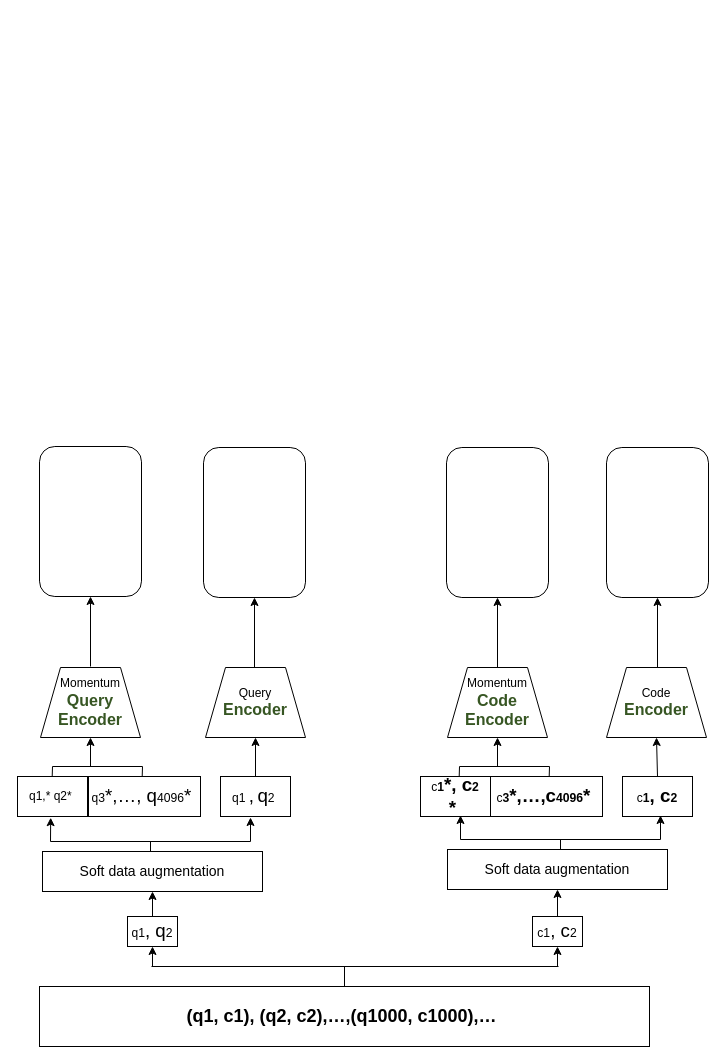
Before: 未命名绘图.drawio in Raychon614/StudentData, a draw.io diagram. Source tidied: cells renumbered, new cells numbered last; positions are measured from the earlier drawing's top-left corner, leaving out a move shared by most shapes. Both pictures are drawn from the tidied source at 100%, with x=0, y=0 at pixel (17, 446).
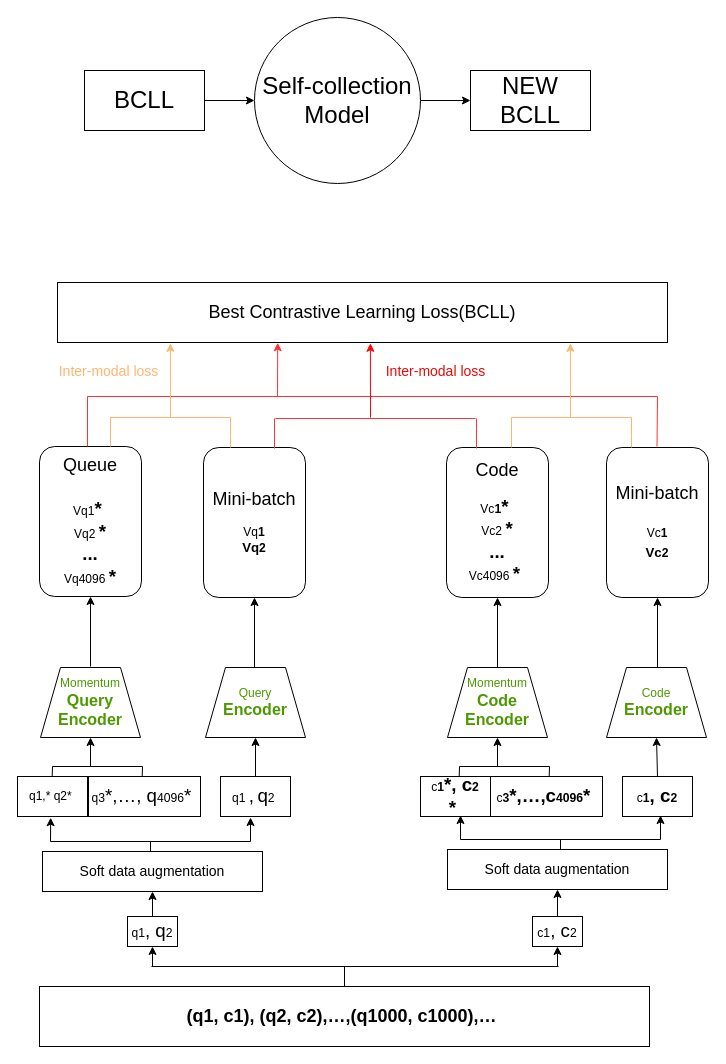
The same diagram, later.

Change to the diagram source:
```diff
@@
-    <mxCell id="27" value="&lt;div&gt;Momentum&lt;br/&gt;&lt;/div&gt;&lt;div&gt;&lt;span style=&quot;mso-spacerun:'yes';font-size:12pt;font-family:Arial-BoldMT;color:rgb(55,86,35);font-weight:bold;&quot;&gt;Query &lt;br/&gt;&lt;/span&gt;&lt;/div&gt;&lt;div&gt;&lt;span style=&quot;mso-spacerun:'yes';font-size:12pt;font-family:Arial-BoldMT;color:rgb(55,86,35);font-weight:bold;&quot;&gt;Encoder&lt;/span&gt;&lt;/div&gt;" style="shape=trapezoid;perimeter=trapezoidPerimeter;whiteSpace=wrap;html=1;fixedSize=1;" parent="1" vertex="1">
+    <mxCell id="27" value="&lt;div&gt;&lt;font color=&quot;#4d9900&quot;&gt;Momentum&lt;br&gt;&lt;/font&gt;&lt;/div&gt;&lt;div&gt;&lt;span style=&quot;font-size: 12pt; font-family: Arial-BoldMT; font-weight: bold;&quot;&gt;&lt;font color=&quot;#4d9900&quot;&gt;Query &lt;br&gt;&lt;/font&gt;&lt;/span&gt;&lt;/div&gt;&lt;div&gt;&lt;span style=&quot;font-size: 12pt; font-family: Arial-BoldMT; font-weight: bold;&quot;&gt;&lt;font color=&quot;#4d9900&quot;&gt;Encoder&lt;/font&gt;&lt;/span&gt;&lt;/div&gt;" style="shape=trapezoid;perimeter=trapezoidPerimeter;whiteSpace=wrap;html=1;fixedSize=1;" parent="1" vertex="1">
       <mxGeometry x="23" y="221" width="100" height="70" as="geometry" />
     </mxCell>
-    <mxCell id="28" value="&lt;div&gt;Query &lt;br/&gt;&lt;/div&gt;&lt;div&gt;&lt;span style=&quot;mso-spacerun:'yes';font-size:12pt;font-family:Arial-BoldMT;color:rgb(55,86,35);font-weight:bold;&quot;&gt;Encoder&lt;/span&gt;&lt;/div&gt;" style="shape=trapezoid;perimeter=trapezoidPerimeter;whiteSpace=wrap;html=1;fixedSize=1;" parent="1" vertex="1">
+    <mxCell id="28" value="&lt;div&gt;&lt;font color=&quot;#4d9900&quot;&gt;Query &lt;br&gt;&lt;/font&gt;&lt;/div&gt;&lt;div&gt;&lt;span style=&quot;font-size: 12pt; font-family: Arial-BoldMT; font-weight: bold;&quot;&gt;&lt;font color=&quot;#4d9900&quot;&gt;Encoder&lt;/font&gt;&lt;/span&gt;&lt;/div&gt;" style="shape=trapezoid;perimeter=trapezoidPerimeter;whiteSpace=wrap;html=1;fixedSize=1;" parent="1" vertex="1">
       <mxGeometry x="188" y="221" width="100" height="70" as="geometry" />
     </mxCell>
-    <mxCell id="29" value="&lt;div&gt;Momentum&lt;br/&gt;&lt;/div&gt;&lt;div&gt;&lt;span style=&quot;mso-spacerun:'yes';font-size:12pt;font-family:Arial-BoldMT;color:rgb(55,86,35);font-weight:bold;&quot;&gt;Code &lt;br/&gt;&lt;/span&gt;&lt;/div&gt;&lt;div&gt;&lt;span style=&quot;mso-spacerun:'yes';font-size:12pt;font-family:Arial-BoldMT;color:rgb(55,86,35);font-weight:bold;&quot;&gt;Encoder&lt;/span&gt;&lt;/div&gt;" style="shape=trapezoid;perimeter=trapezoidPerimeter;whiteSpace=wrap;html=1;fixedSize=1;" parent="1" vertex="1">
+    <mxCell id="29" value="&lt;div&gt;&lt;font color=&quot;#4d9900&quot;&gt;Momentum&lt;br&gt;&lt;/font&gt;&lt;/div&gt;&lt;div&gt;&lt;span style=&quot;font-size: 12pt; font-family: Arial-BoldMT; font-weight: bold;&quot;&gt;&lt;font color=&quot;#4d9900&quot;&gt;Code &lt;br&gt;&lt;/font&gt;&lt;/span&gt;&lt;/div&gt;&lt;div&gt;&lt;span style=&quot;font-size: 12pt; font-family: Arial-BoldMT; font-weight: bold;&quot;&gt;&lt;font color=&quot;#4d9900&quot;&gt;Encoder&lt;/font&gt;&lt;/span&gt;&lt;/div&gt;" style="shape=trapezoid;perimeter=trapezoidPerimeter;whiteSpace=wrap;html=1;fixedSize=1;" parent="1" vertex="1">
       <mxGeometry x="430" y="221" width="100" height="70" as="geometry" />
     </mxCell>
-    <mxCell id="30" value="&lt;div&gt;Code &lt;br/&gt;&lt;/div&gt;&lt;div&gt;&lt;span style=&quot;mso-spacerun:'yes';font-size:12pt;font-family:Arial-BoldMT;color:rgb(55,86,35);font-weight:bold;&quot;&gt;Encoder&lt;/span&gt;&lt;/div&gt;" style="shape=trapezoid;perimeter=trapezoidPerimeter;whiteSpace=wrap;html=1;fixedSize=1;" parent="1" vertex="1">
+    <mxCell id="30" value="&lt;div&gt;&lt;font color=&quot;#4d9900&quot;&gt;Code &lt;br&gt;&lt;/font&gt;&lt;/div&gt;&lt;div&gt;&lt;span style=&quot;font-size: 12pt; font-family: Arial-BoldMT; font-weight: bold;&quot;&gt;&lt;font color=&quot;#4d9900&quot;&gt;Encoder&lt;/font&gt;&lt;/span&gt;&lt;/div&gt;" style="shape=trapezoid;perimeter=trapezoidPerimeter;whiteSpace=wrap;html=1;fixedSize=1;" parent="1" vertex="1">
       <mxGeometry x="589" y="221" width="100" height="70" as="geometry" />
     </mxCell>
@@
-    <mxCell id="41" style="rounded=1;whiteSpace=wrap;html=1;" parent="1" vertex="1">
+    <mxCell id="41" value="&lt;div&gt;&lt;font style=&quot;font-size: 18px;&quot;&gt;Queue&lt;/font&gt;&lt;/div&gt;&lt;div&gt;&lt;font style=&quot;font-size: 18px;&quot;&gt;&lt;br&gt;&lt;/font&gt;&lt;/div&gt;&lt;div&gt;&lt;font style=&quot;font-size: 18px;&quot;&gt;&lt;div style=&quot;border-color: var(--border-color); font-size: 12px;&quot;&gt;&lt;div style=&quot;border-color: var(--border-color);&quot;&gt;Vq1&lt;span style=&quot;border-color: var(--border-color); font-size: 14.04pt; font-family: Arial-BoldMT; font-weight: bold;&quot;&gt;*&amp;nbsp;&lt;/span&gt;&lt;/div&gt;&lt;/div&gt;&lt;div style=&quot;border-color: var(--border-color); font-size: 12px;&quot;&gt;&lt;div style=&quot;border-color: var(--border-color);&quot;&gt;Vq2&lt;span style=&quot;border-color: var(--border-color); font-size: 9.12pt; font-family: Arial-BoldMT; font-weight: bold;&quot;&gt;&amp;nbsp;&lt;/span&gt;&lt;span style=&quot;border-color: var(--border-color); font-size: 14.04pt; font-family: Arial-BoldMT; font-weight: bold;&quot;&gt;*&lt;/span&gt;&lt;/div&gt;&lt;div style=&quot;border-color: var(--border-color);&quot;&gt;&lt;span style=&quot;border-color: var(--border-color); font-size: 14.04pt; font-family: Arial-BoldMT; font-weight: bold;&quot;&gt;...&lt;/span&gt;&lt;/div&gt;&lt;div style=&quot;border-color: var(--border-color);&quot;&gt;Vq4096&lt;span style=&quot;border-color: var(--border-color); background-color: initial; font-size: 9.12pt; font-family: Arial-BoldMT; font-weight: bold;&quot;&gt;&amp;nbsp;&lt;/span&gt;&lt;span style=&quot;border-color: var(--border-color); background-color: initial; font-size: 14.04pt; font-family: Arial-BoldMT; font-weight: bold;&quot;&gt;*&lt;/span&gt;&lt;/div&gt;&lt;/div&gt;&lt;/font&gt;&lt;/div&gt;" style="rounded=1;whiteSpace=wrap;html=1;" parent="1" vertex="1">
       <mxGeometry x="22" width="102" height="150" as="geometry" />
     </mxCell>
@@
-    <mxCell id="43" style="rounded=1;whiteSpace=wrap;html=1;" parent="1" vertex="1">
+    <mxCell id="43" value="&lt;div&gt;&lt;font style=&quot;font-size: 18px;&quot;&gt;Mini-batch&lt;/font&gt;&lt;/div&gt;&lt;div&gt;&lt;div&gt;&lt;span style=&quot;font-size: 9.12pt; font-family: Arial-BoldMT; font-weight: bold;&quot;&gt;&lt;br&gt;&lt;/span&gt;&lt;/div&gt;&lt;div&gt;&lt;div&gt;Vq&lt;span style=&quot;font-size: 9.12pt; font-family: Arial-BoldMT; font-weight: bold;&quot;&gt;1&lt;br&gt;&lt;/span&gt;&lt;/div&gt;&lt;div&gt;&lt;span style=&quot;font-size: 9.96pt; font-family: Arial-BoldMT; font-weight: bold;&quot;&gt;Vq&lt;/span&gt;&lt;span style=&quot;font-size: 9.12pt; font-family: Arial-BoldMT; font-weight: bold;&quot;&gt;2&lt;/span&gt;&lt;/div&gt;&lt;/div&gt;&lt;/div&gt;" style="rounded=1;whiteSpace=wrap;html=1;" parent="1" vertex="1">
       <mxGeometry x="186" y="1" width="102" height="150" as="geometry" />
     </mxCell>
@@
-    <mxCell id="45" style="rounded=1;whiteSpace=wrap;html=1;" parent="1" vertex="1">
+    <mxCell id="45" value="&lt;div&gt;&lt;font style=&quot;font-size: 18px;&quot;&gt;Code&lt;/font&gt;&lt;/div&gt;&lt;div&gt;&lt;br&gt;&lt;/div&gt;&lt;div&gt;&lt;div&gt;Vc&lt;span style=&quot;font-size: 9.12pt; font-family: Arial-BoldMT; font-weight: bold;&quot;&gt;1&lt;/span&gt;&lt;span style=&quot;font-size: 14.04pt; font-family: Arial-BoldMT; font-weight: bold;&quot;&gt;*&amp;nbsp;&lt;/span&gt;&lt;/div&gt;&lt;/div&gt;&lt;div&gt;&lt;div&gt;Vc2&lt;span style=&quot;font-size: 9.12pt; font-family: Arial-BoldMT; font-weight: bold;&quot;&gt;&amp;nbsp;&lt;/span&gt;&lt;span style=&quot;font-size: 14.04pt; font-family: Arial-BoldMT; font-weight: bold;&quot;&gt;*&lt;/span&gt;&lt;/div&gt;&lt;div&gt;&lt;span style=&quot;font-size: 14.04pt; font-family: Arial-BoldMT; font-weight: bold;&quot;&gt;...&lt;/span&gt;&lt;/div&gt;&lt;div&gt;Vc4096&lt;span style=&quot;background-color: initial; font-size: 9.12pt; font-family: Arial-BoldMT; font-weight: bold;&quot;&gt;&amp;nbsp;&lt;/span&gt;&lt;span style=&quot;background-color: initial; font-size: 14.04pt; font-family: Arial-BoldMT; font-weight: bold;&quot;&gt;*&lt;/span&gt;&lt;span style=&quot;font-size: 14.04pt; font-family: Arial-BoldMT; font-weight: bold;&quot;&gt;&amp;nbsp;&lt;/span&gt;&lt;/div&gt;&lt;/div&gt;" style="rounded=1;whiteSpace=wrap;html=1;" parent="1" vertex="1">
       <mxGeometry x="429" y="1" width="102" height="150" as="geometry" />
     </mxCell>
@@
-    <mxCell id="47" style="rounded=1;whiteSpace=wrap;html=1;" parent="1" vertex="1">
+    <mxCell id="47" value="&lt;div&gt;&lt;font style=&quot;font-size: 18px;&quot;&gt;Mini-batch&lt;/font&gt;&lt;/div&gt;&lt;div&gt;&lt;font style=&quot;font-size: 18px;&quot;&gt;&lt;br&gt;&lt;/font&gt;&lt;/div&gt;&lt;div&gt;&lt;font style=&quot;&quot;&gt;&lt;div style=&quot;&quot;&gt;&lt;font style=&quot;font-size: 12px;&quot;&gt;Vc&lt;span style=&quot;font-family: Arial-BoldMT; font-weight: bold;&quot;&gt;1&lt;br&gt;&lt;/span&gt;&lt;/font&gt;&lt;/div&gt;&lt;div style=&quot;font-size: 18px;&quot;&gt;&lt;span style=&quot;font-size: 9.984pt; font-family: Arial-BoldMT; font-weight: bold;&quot;&gt;Vc&lt;/span&gt;&lt;span style=&quot;font-size: 9.12pt; font-family: Arial-BoldMT; font-weight: bold;&quot;&gt;2&lt;/span&gt;&lt;/div&gt;&lt;/font&gt;&lt;/div&gt;" style="rounded=1;whiteSpace=wrap;html=1;" parent="1" vertex="1">
       <mxGeometry x="589" y="1" width="102" height="150" as="geometry" />
     </mxCell>
@@
+    <mxCell id="49" value="&lt;div&gt;&lt;font style=&quot;font-size: 18px;&quot;&gt;Best Contrastive Learning Loss(BCLL)&lt;/font&gt;&lt;/div&gt;" style="rounded=0;whiteSpace=wrap;html=1;" parent="1" vertex="1">
+      <mxGeometry x="40" y="-164" width="610" height="60" as="geometry" />
+    </mxCell>
+    <mxCell id="50" style="endArrow=none;html=1;rounded=0;fillColor=#E61647;strokeColor=#FF3333;" parent="1" edge="1">
+      <mxGeometry relative="1" as="geometry">
+        <mxPoint x="70" as="sourcePoint" />
+        <mxPoint x="70" y="-50" as="targetPoint" />
+      </mxGeometry>
+    </mxCell>
+    <mxCell id="51" style="endArrow=none;html=1;rounded=0;fillColor=#E61647;strokeColor=#FF3333;" parent="1" edge="1">
+      <mxGeometry relative="1" as="geometry">
+        <mxPoint x="639.5" as="sourcePoint" />
+        <mxPoint x="640" y="-50" as="targetPoint" />
+      </mxGeometry>
+    </mxCell>
+    <mxCell id="52" style="endArrow=none;html=1;rounded=0;fillColor=#E61647;strokeColor=#FF3333;" parent="1" edge="1">
+      <mxGeometry relative="1" as="geometry">
+        <mxPoint x="70" y="-50" as="sourcePoint" />
+        <mxPoint x="640" y="-50" as="targetPoint" />
+      </mxGeometry>
+    </mxCell>
+    <mxCell id="53" style="endArrow=none;html=1;rounded=0;fillColor=#E61647;strokeColor=#FF3333;" parent="1" edge="1">
+      <mxGeometry relative="1" as="geometry">
+        <mxPoint x="257" y="2" as="sourcePoint" />
+        <mxPoint x="257" y="-28" as="targetPoint" />
+      </mxGeometry>
+    </mxCell>
+    <mxCell id="54" style="endArrow=none;html=1;rounded=0;fillColor=#E61647;strokeColor=#FF3333;" parent="1" edge="1">
+      <mxGeometry relative="1" as="geometry">
+        <mxPoint x="459" y="2" as="sourcePoint" />
+        <mxPoint x="459" y="-28" as="targetPoint" />
+      </mxGeometry>
+    </mxCell>
+    <mxCell id="55" style="endArrow=none;html=1;rounded=0;fillColor=#E61647;strokeColor=#FF3333;" parent="1" edge="1">
+      <mxGeometry relative="1" as="geometry">
+        <mxPoint x="258" y="-28" as="sourcePoint" />
+        <mxPoint x="458" y="-28" as="targetPoint" />
+      </mxGeometry>
+    </mxCell>
+    <mxCell id="56" value="&lt;div&gt;&lt;font style=&quot;font-size: 14px;&quot; color=&quot;#eb0a0a&quot;&gt;Inter-modal loss&lt;/font&gt;&lt;/div&gt;" style="text;html=1;align=center;verticalAlign=middle;strokeColor=none;fillColor=none;" parent="1" vertex="1">
+      <mxGeometry x="358" y="-90" width="120" height="30" as="geometry" />
+    </mxCell>
+    <mxCell id="57" style="endArrow=classic;html=1;rounded=0;entryX=0.513;entryY=0.996;entryDx=0;entryDy=0;entryPerimeter=0;strokeColor=#FF0000;" parent="1" edge="1">
+      <mxGeometry relative="1" as="geometry">
+        <mxPoint x="353" y="-29" as="sourcePoint" />
+        <mxPoint x="352.9" y="-103.2" as="targetPoint" />
+      </mxGeometry>
+    </mxCell>
+    <mxCell id="58" style="endArrow=classic;html=1;rounded=0;entryX=0.361;entryY=1.004;entryDx=0;entryDy=0;entryPerimeter=0;strokeColor=#FF3333;" parent="1" edge="1" target="49">
+      <mxGeometry relative="1" as="geometry">
+        <mxPoint x="260" y="-50" as="sourcePoint" />
+      </mxGeometry>
+    </mxCell>
+    <mxCell id="59" style="endArrow=none;html=1;rounded=0;fillColor=#E61647;strokeColor=#FFB570;" parent="1" edge="1">
+      <mxGeometry relative="1" as="geometry">
+        <mxPoint x="93" as="sourcePoint" />
+        <mxPoint x="93" y="-30" as="targetPoint" />
+      </mxGeometry>
+    </mxCell>
+    <mxCell id="60" style="endArrow=none;html=1;rounded=0;fillColor=#E61647;strokeColor=#FFB570;" parent="1" edge="1">
+      <mxGeometry relative="1" as="geometry">
+        <mxPoint x="213" y="1" as="sourcePoint" />
+        <mxPoint x="213" y="-29" as="targetPoint" />
+        <Array as="points">
+          <mxPoint x="213" y="-11" />
+        </Array>
+      </mxGeometry>
+    </mxCell>
+    <mxCell id="61" style="endArrow=none;html=1;rounded=0;strokeColor=#FFB570;" parent="1" edge="1">
+      <mxGeometry relative="1" as="geometry">
+        <mxPoint x="93" y="-29" as="sourcePoint" />
+        <mxPoint x="213" y="-29" as="targetPoint" />
+      </mxGeometry>
+    </mxCell>
+    <mxCell id="62" style="endArrow=none;html=1;rounded=0;fillColor=#E61647;strokeColor=#FFB570;" parent="1" edge="1">
+      <mxGeometry relative="1" as="geometry">
+        <mxPoint x="494" y="1" as="sourcePoint" />
+        <mxPoint x="494" y="-29" as="targetPoint" />
+      </mxGeometry>
+    </mxCell>
+    <mxCell id="63" style="endArrow=none;html=1;rounded=0;fillColor=#E61647;strokeColor=#FFB570;" parent="1" edge="1">
+      <mxGeometry relative="1" as="geometry">
+        <mxPoint x="614" y="1" as="sourcePoint" />
+        <mxPoint x="614" y="-29" as="targetPoint" />
+        <Array as="points">
+          <mxPoint x="614" y="-11" />
+        </Array>
+      </mxGeometry>
+    </mxCell>
+    <mxCell id="64" style="endArrow=none;html=1;rounded=0;strokeColor=#FFB570;" parent="1" edge="1">
+      <mxGeometry relative="1" as="geometry">
+        <mxPoint x="494" y="-29" as="sourcePoint" />
+        <mxPoint x="614" y="-29" as="targetPoint" />
+      </mxGeometry>
+    </mxCell>
+    <mxCell id="65" style="endArrow=classic;html=1;rounded=0;entryX=0.513;entryY=0.996;entryDx=0;entryDy=0;entryPerimeter=0;strokeColor=#FFB570;" parent="1" edge="1">
+      <mxGeometry relative="1" as="geometry">
+        <mxPoint x="153" y="-29" as="sourcePoint" />
+        <mxPoint x="152.9" y="-103.2" as="targetPoint" />
+      </mxGeometry>
+    </mxCell>
+    <mxCell id="66" style="endArrow=classic;html=1;rounded=0;entryX=0.513;entryY=0.996;entryDx=0;entryDy=0;entryPerimeter=0;strokeColor=#FFB570;" parent="1" edge="1">
+      <mxGeometry relative="1" as="geometry">
+        <mxPoint x="553" y="-29" as="sourcePoint" />
+        <mxPoint x="552.9" y="-103.2" as="targetPoint" />
+      </mxGeometry>
+    </mxCell>
+    <mxCell id="67" value="&lt;div&gt;&lt;font style=&quot;font-size: 14px;&quot; color=&quot;#ffb570&quot;&gt;Inter-modal loss&lt;/font&gt;&lt;/div&gt;" style="text;html=1;align=center;verticalAlign=middle;strokeColor=none;fillColor=none;" parent="1" vertex="1">
+      <mxGeometry x="31" y="-90" width="120" height="30" as="geometry" />
+    </mxCell>
+    <mxCell id="68" style="edgeStyle=orthogonalEdgeStyle;rounded=0;jettySize=auto;html=1;" parent="1" edge="1" source="69" target="72">
+      <mxGeometry relative="1" as="geometry" />
+    </mxCell>
+    <mxCell id="69" value="&lt;font style=&quot;font-size: 24px;&quot;&gt;Self-collection&lt;br&gt;Model&lt;/font&gt;" style="ellipse;whiteSpace=wrap;html=1;" parent="1" vertex="1">
+      <mxGeometry x="237" y="-429" width="166" height="166" as="geometry" />
+    </mxCell>
+    <mxCell id="70" style="edgeStyle=orthogonalEdgeStyle;rounded=0;jettySize=auto;html=1;" parent="1" edge="1" source="71" target="69">
+      <mxGeometry relative="1" as="geometry" />
+    </mxCell>
+    <mxCell id="71" value="&lt;font style=&quot;font-size: 24px;&quot;&gt;BCLL&lt;/font&gt;" style="rounded=0;whiteSpace=wrap;html=1;" parent="1" vertex="1">
+      <mxGeometry x="67" y="-376" width="120" height="60" as="geometry" />
+    </mxCell>
+    <mxCell id="72" value="&lt;font style=&quot;font-size: 24px;&quot;&gt;NEW BCLL&lt;/font&gt;" style="rounded=0;whiteSpace=wrap;html=1;" parent="1" vertex="1">
+      <mxGeometry x="453" y="-376" width="120" height="60" as="geometry" />
+    </mxCell>
```
